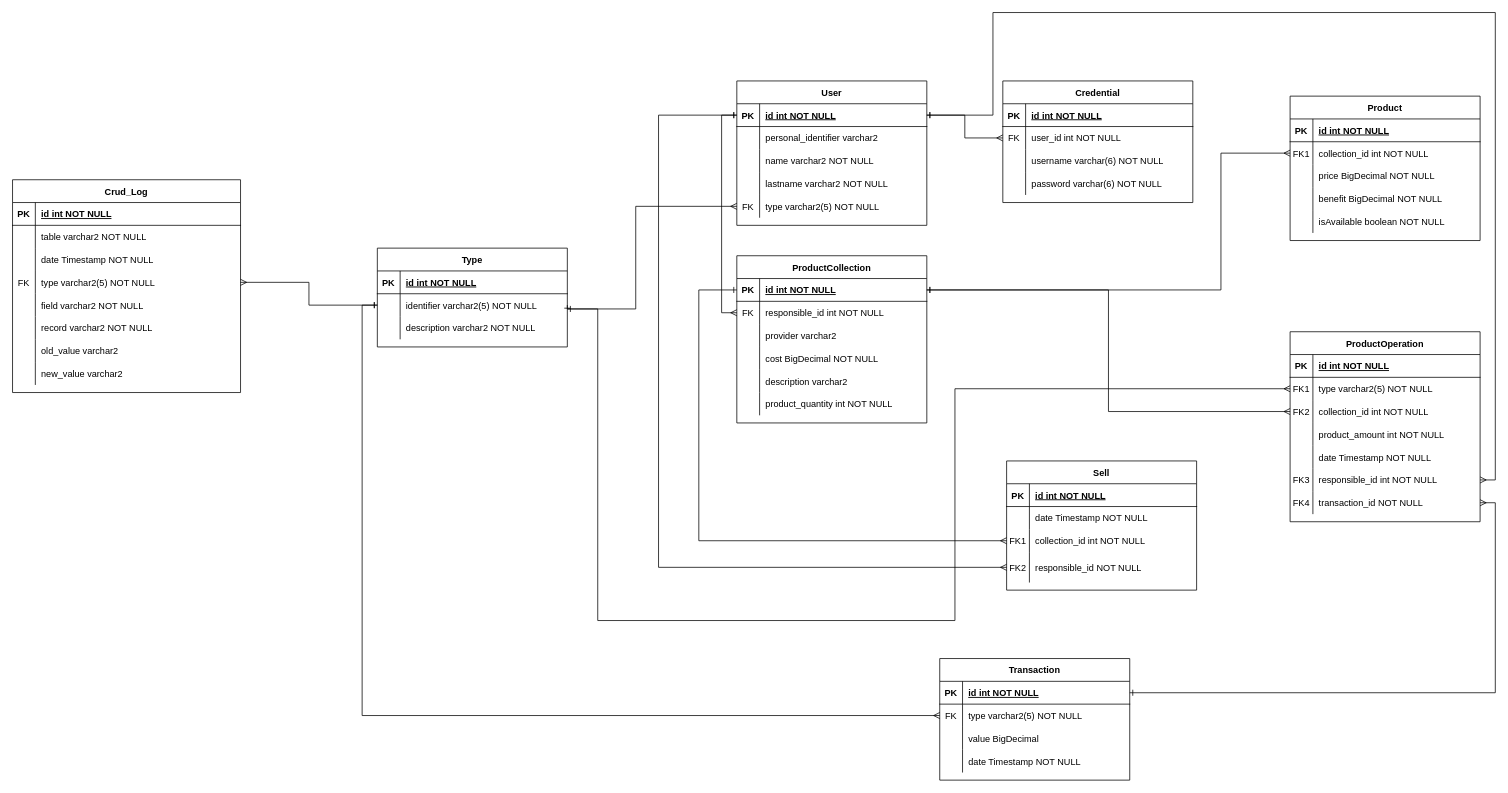
The draw.io diagram database/diagram1.0.drawio in NM4TT/Octoger, before the edit. Source tidied: cells renumbered, new cells numbered last; positions are measured from the earlier drawing's top-left corner, leaving out a move shared by most shapes. Both pictures are drawn from the tidied source at 76%, with x=0, y=0 at pixel (12, 12).
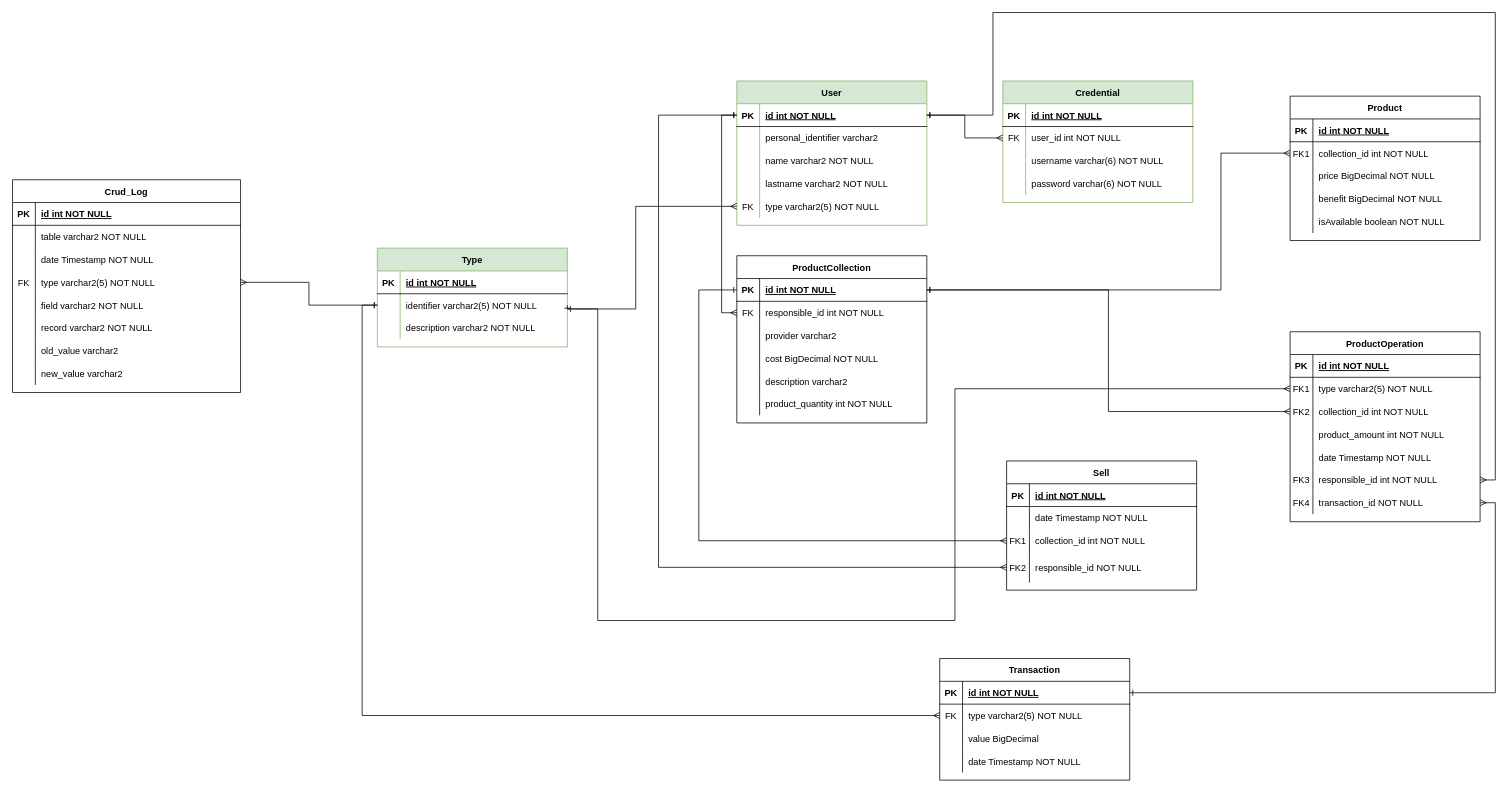
The same diagram, later.

The edit, as a diff of the source:
```diff
@@
-    <mxCell id="31" value="User" style="shape=table;startSize=30;childLayout=tableLayout;rowLines=0;fontStyle=1;align=center;" parent="1" vertex="1">
+    <mxCell id="31" value="User" style="shape=table;startSize=30;childLayout=tableLayout;rowLines=0;fontStyle=1;align=center;fillColor=#d5e8d4;strokeColor=#82b366;" parent="1" vertex="1">
       <mxGeometry x="953" y="90" width="250" height="190" as="geometry" />
     </mxCell>
@@
-    <mxCell id="60" value="Credential" style="shape=table;startSize=30;childLayout=tableLayout;rowLines=0;fontStyle=1;align=center;" parent="1" vertex="1">
+    <mxCell id="60" value="Credential" style="shape=table;startSize=30;childLayout=tableLayout;rowLines=0;fontStyle=1;align=center;fillColor=#d5e8d4;strokeColor=#82b366;" parent="1" vertex="1">
       <mxGeometry x="1303" y="90" width="250" height="160" as="geometry" />
     </mxCell>
@@
-    <mxCell id="97" value="Type" style="shape=table;startSize=30;childLayout=tableLayout;rowLines=0;fontStyle=1;align=center;" parent="1" vertex="1">
+    <mxCell id="97" value="Type" style="shape=table;startSize=30;childLayout=tableLayout;rowLines=0;fontStyle=1;align=center;fillColor=#d5e8d4;strokeColor=#82b366;" parent="1" vertex="1">
       <mxGeometry x="480" y="310" width="250" height="130" as="geometry" />
     </mxCell>
```
